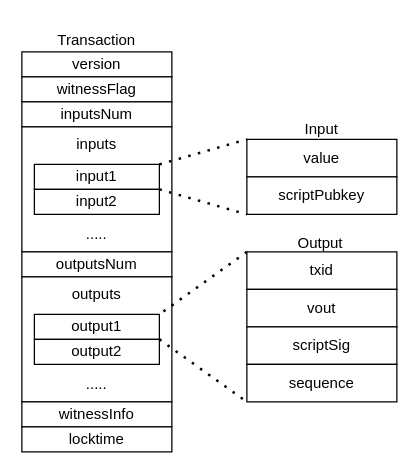
MatanHamilis/sighash_post keeps this draw.io diagram as images/tx_form.drawio. Above is the earlier version. Source tidied: cells renumbered, new cells numbered last; positions are measured from the earlier drawing's top-left corner, leaving out a move shared by most shapes. Both pictures are drawn from the tidied source at 125%, with x=0, y=0 at pixel (21, 21).
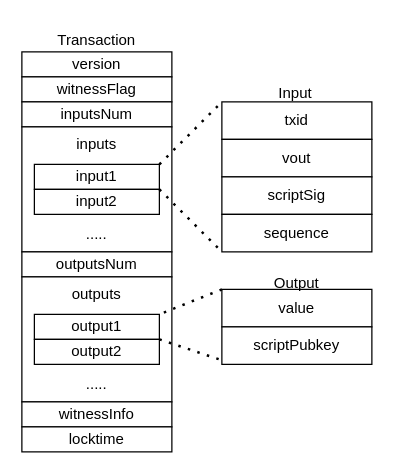
The same page after the edit.

Unchanged cells that the change refers to:
```xml
<mxCell id="6" value="input1" style="rounded=0;whiteSpace=wrap;html=1;" parent="1" vertex="1">
  <mxGeometry x="10" y="114" width="100" height="20" as="geometry" />
</mxCell>
<mxCell id="10" value="output1" style="rounded=0;whiteSpace=wrap;html=1;" parent="1" vertex="1">
  <mxGeometry x="10" y="234" width="100" height="20" as="geometry" />
</mxCell>
```

What changed in the source:
```diff
@@
     <mxCell id="14" value="value" style="rounded=0;whiteSpace=wrap;html=1;" parent="1" vertex="1">
-      <mxGeometry x="180" y="94" width="120" height="30" as="geometry" />
+      <mxGeometry x="160" y="214" width="120" height="30" as="geometry" />
     </mxCell>
     <mxCell id="15" value="scriptPubkey" style="rounded=0;whiteSpace=wrap;html=1;" parent="1" vertex="1">
-      <mxGeometry x="180" y="124" width="120" height="30" as="geometry" />
+      <mxGeometry x="160" y="244" width="120" height="30" as="geometry" />
     </mxCell>
-    <mxCell id="16" style="endArrow=none;dashed=1;html=1;dashPattern=1 3;strokeWidth=2;rounded=0;entryX=0;entryY=0;entryDx=0;entryDy=0;exitX=1;exitY=0;exitDx=0;exitDy=0;" parent="1" edge="1" source="6" target="14">
+    <mxCell id="16" style="endArrow=none;dashed=1;html=1;dashPattern=1 3;strokeWidth=2;rounded=0;exitX=1;exitY=0;exitDx=0;exitDy=0;entryX=0;entryY=0;entryDx=0;entryDy=0;" parent="1" edge="1" source="6" target="18">
       <mxGeometry relative="1" as="geometry" />
     </mxCell>
-    <mxCell id="17" style="endArrow=none;dashed=1;html=1;dashPattern=1 3;strokeWidth=2;rounded=0;exitX=1;exitY=1;exitDx=0;exitDy=0;entryX=0;entryY=1;entryDx=0;entryDy=0;" parent="1" edge="1" source="6" target="15">
+    <mxCell id="17" style="endArrow=none;dashed=1;html=1;dashPattern=1 3;strokeWidth=2;rounded=0;exitX=1;exitY=1;exitDx=0;exitDy=0;entryX=0;entryY=1;entryDx=0;entryDy=0;" parent="1" edge="1" source="6" target="21">
       <mxGeometry relative="1" as="geometry" />
     </mxCell>
     <mxCell id="18" value="txid" style="rounded=0;whiteSpace=wrap;html=1;" parent="1" vertex="1">
-      <mxGeometry x="180" y="184" width="120" height="30" as="geometry" />
+      <mxGeometry x="160" y="64" width="120" height="30" as="geometry" />
     </mxCell>
     <mxCell id="19" value="vout" style="rounded=0;whiteSpace=wrap;html=1;" parent="1" vertex="1">
-      <mxGeometry x="180" y="214" width="120" height="30" as="geometry" />
+      <mxGeometry x="160" y="94" width="120" height="30" as="geometry" />
     </mxCell>
     <mxCell id="20" value="scriptSig" style="rounded=0;whiteSpace=wrap;html=1;" parent="1" vertex="1">
-      <mxGeometry x="180" y="244" width="120" height="30" as="geometry" />
+      <mxGeometry x="160" y="124" width="120" height="30" as="geometry" />
     </mxCell>
     <mxCell id="21" value="sequence" style="rounded=0;whiteSpace=wrap;html=1;" parent="1" vertex="1">
-      <mxGeometry x="180" y="274" width="120" height="30" as="geometry" />
+      <mxGeometry x="160" y="154" width="120" height="30" as="geometry" />
     </mxCell>
-    <mxCell id="22" style="endArrow=none;dashed=1;html=1;dashPattern=1 3;strokeWidth=2;rounded=0;exitX=0;exitY=0;exitDx=0;exitDy=0;entryX=1;entryY=0;entryDx=0;entryDy=0;" parent="1" edge="1" source="18" target="10">
+    <mxCell id="22" style="endArrow=none;dashed=1;html=1;dashPattern=1 3;strokeWidth=2;rounded=0;entryX=1;entryY=0;entryDx=0;entryDy=0;exitX=0;exitY=0;exitDx=0;exitDy=0;" parent="1" edge="1" source="14" target="10">
       <mxGeometry relative="1" as="geometry" />
     </mxCell>
-    <mxCell id="23" style="endArrow=none;dashed=1;html=1;dashPattern=1 3;strokeWidth=2;rounded=0;entryX=0;entryY=1;entryDx=0;entryDy=0;exitX=1;exitY=1;exitDx=0;exitDy=0;" parent="1" edge="1" source="10" target="21">
+    <mxCell id="23" style="endArrow=none;dashed=1;html=1;dashPattern=1 3;strokeWidth=2;rounded=0;exitX=1;exitY=1;exitDx=0;exitDy=0;entryX=0.008;entryY=0.9;entryDx=0;entryDy=0;entryPerimeter=0;" parent="1" edge="1" source="10" target="15">
       <mxGeometry relative="1" as="geometry" />
     </mxCell>
@@
-    <mxCell id="25" value="Input" style="text;html=1;strokeColor=none;fillColor=none;align=center;verticalAlign=middle;whiteSpace=wrap;rounded=0;" parent="1" vertex="1">
-      <mxGeometry x="210" y="71" width="60" height="30" as="geometry" />
+    <mxCell id="25" value="Output" style="text;html=1;strokeColor=none;fillColor=none;align=center;verticalAlign=middle;whiteSpace=wrap;rounded=0;" parent="1" vertex="1">
+      <mxGeometry x="190" y="194" width="60" height="30" as="geometry" />
     </mxCell>
-    <mxCell id="26" value="Output" style="text;html=1;strokeColor=none;fillColor=none;align=center;verticalAlign=middle;whiteSpace=wrap;rounded=0;" parent="1" vertex="1">
-      <mxGeometry x="209" y="162" width="60" height="30" as="geometry" />
+    <mxCell id="26" value="Input" style="text;html=1;strokeColor=none;fillColor=none;align=center;verticalAlign=middle;whiteSpace=wrap;rounded=0;" parent="1" vertex="1">
+      <mxGeometry x="189" y="42" width="60" height="30" as="geometry" />
     </mxCell>
```
